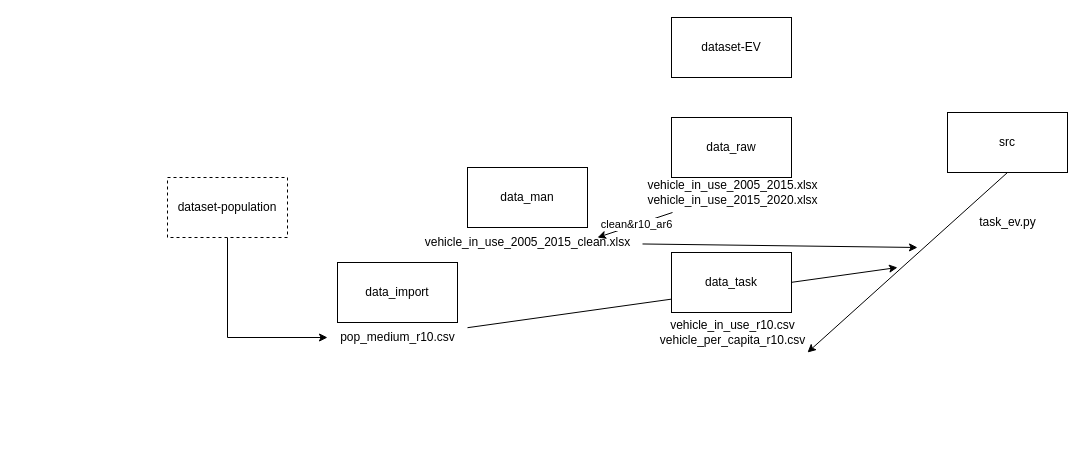
The draw.io diagram strucutre.drawio in jenchen95/dataset-EV, before the edit. Source tidied: cells renumbered, new cells numbered last; positions are measured from the earlier drawing's top-left corner, leaving out a move shared by most shapes. Both pictures are drawn from the tidied source at 100%, with x=0, y=0 at pixel (167, 17).
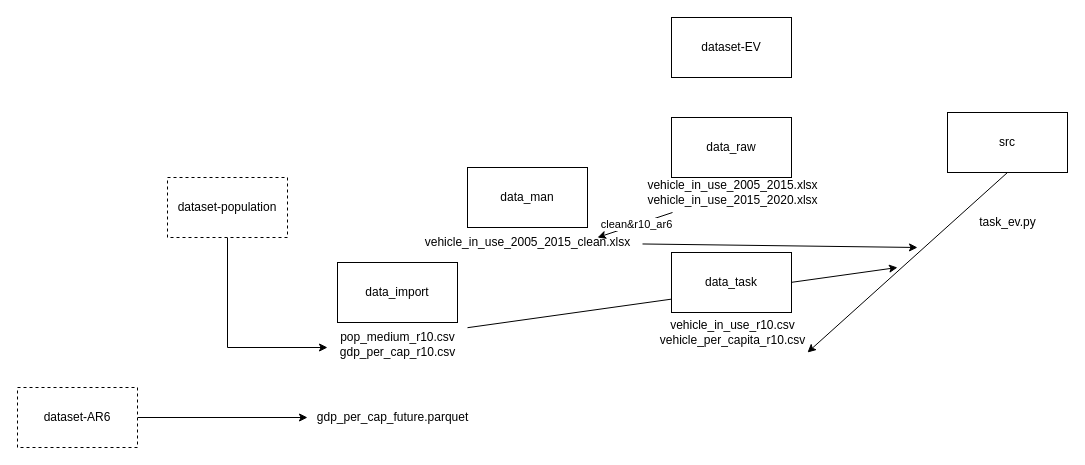
Above is the later version.

The change refers to these unchanged cells:
```xml
<mxCell id="17" value="pop_medium_r10.csv" style="text;html=1;align=center;verticalAlign=middle;points=[];strokeColor=none;fillColor=none;" parent="1" vertex="1">
  <mxGeometry x="160" y="305" width="140" height="30" as="geometry" />
</mxCell>
<mxCell id="19" value="dataset-population" style="rounded=0;whiteSpace=wrap;html=1;dashed=1;" parent="1" vertex="1">
  <mxGeometry y="160" width="120" height="60" as="geometry" />
</mxCell>
```

The edit, as a diff of the source:
```diff
@@
     <mxCell id="18" style="edgeStyle=orthogonalEdgeStyle;rounded=0;jettySize=auto;html=1;exitX=0.5;exitY=1;exitDx=0;exitDy=0;" parent="1" edge="1" source="19" target="17">
       <mxGeometry relative="1" as="geometry">
         <Array as="points">
-          <mxPoint x="60" y="320" />
+          <mxPoint x="60" y="330" />
         </Array>
       </mxGeometry>
     </mxCell>
@@
+    <mxCell id="20" value="gdp_per_cap_r10.csv" style="text;html=1;align=center;verticalAlign=middle;strokeColor=none;fillColor=none;" parent="1" vertex="1">
+      <mxGeometry x="160" y="320" width="140" height="30" as="geometry" />
+    </mxCell>
+    <mxCell id="21" style="edgeStyle=orthogonalEdgeStyle;rounded=0;jettySize=auto;html=1;exitX=1;exitY=0.5;exitDx=0;exitDy=0;" parent="1" edge="1" source="22" target="23">
+      <mxGeometry relative="1" as="geometry" />
+    </mxCell>
+    <mxCell id="22" value="dataset-AR6" style="rounded=0;whiteSpace=wrap;html=1;dashed=1;" parent="1" vertex="1">
+      <mxGeometry x="-150" y="370" width="120" height="60" as="geometry" />
+    </mxCell>
+    <mxCell id="23" value="gdp_per_cap_future.parquet" style="text;html=1;align=center;verticalAlign=middle;points=[];strokeColor=none;fillColor=none;" parent="1" vertex="1">
+      <mxGeometry x="140" y="385" width="170" height="30" as="geometry" />
+    </mxCell>
```
